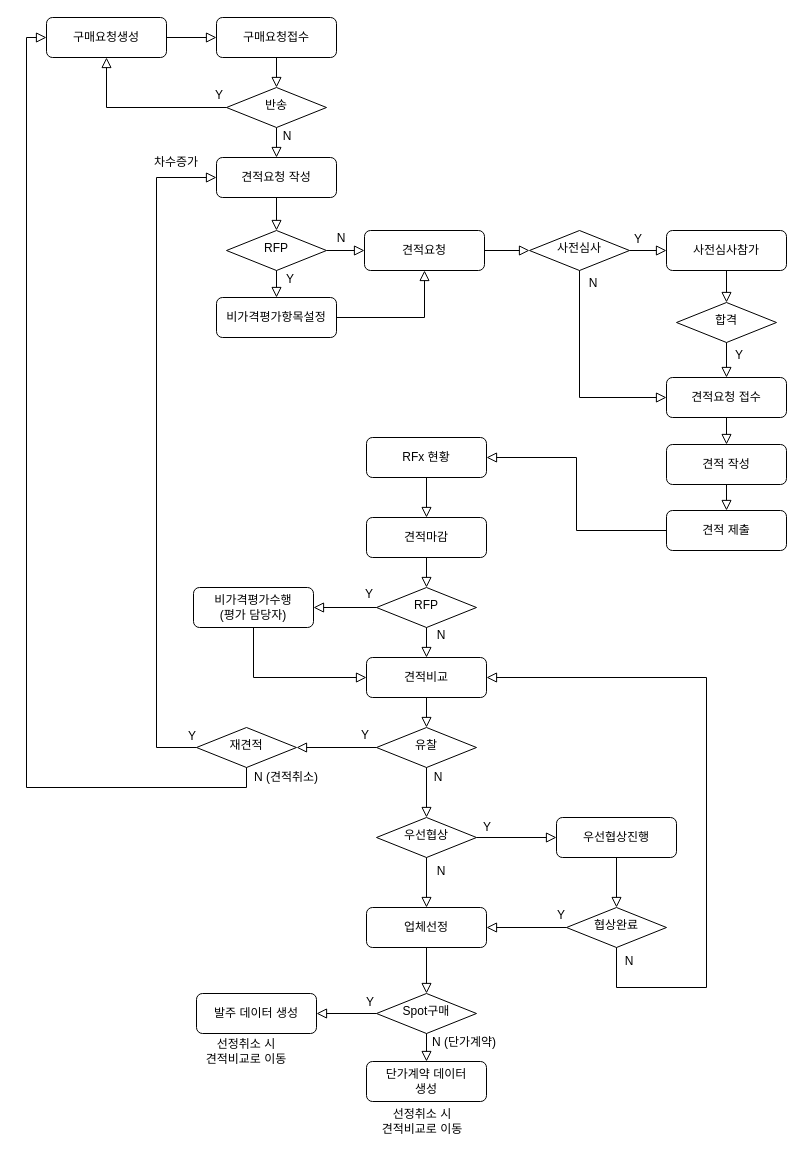
This is RFx.drawio from kisspa-source/draw, a draw.io file, before an edit. Source tidied: cells renumbered, new cells numbered last; positions are measured from the earlier drawing's top-left corner, leaving out a move shared by most shapes. Both pictures are drawn from the tidied source at 100%, with x=0, y=0 at pixel (46, 17).
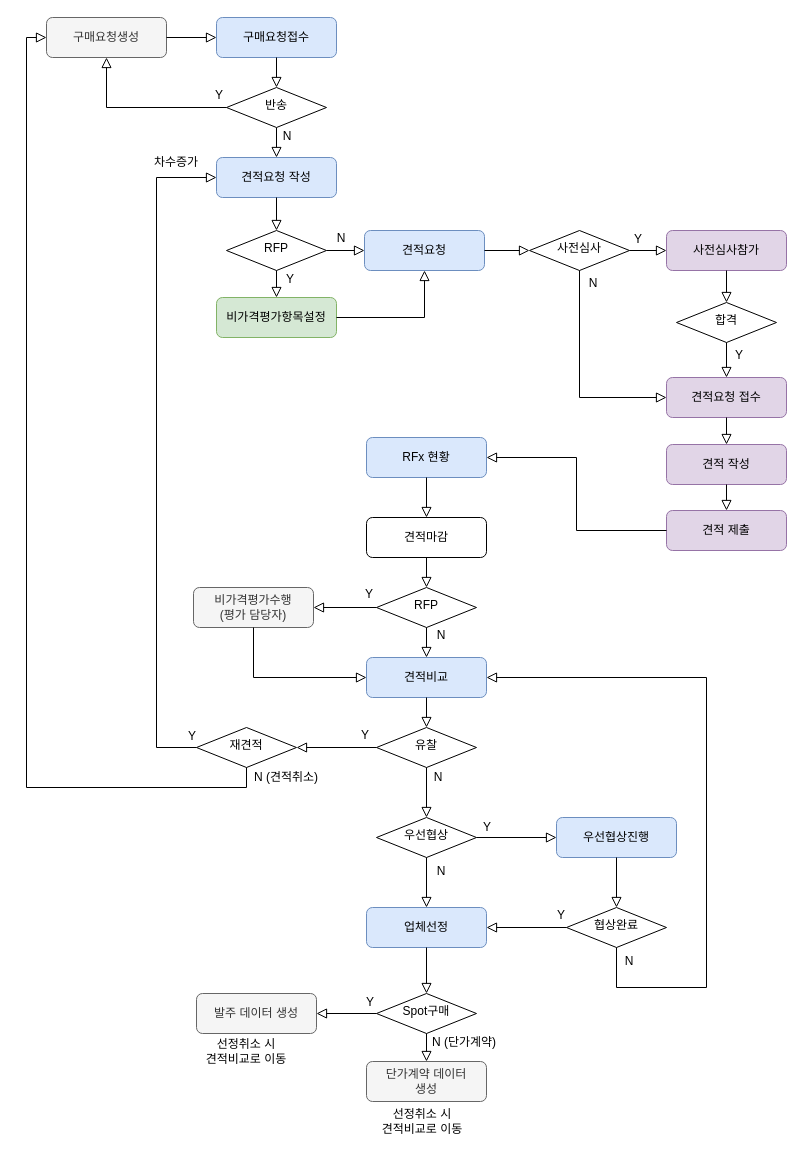
The same diagram, later.

What changed in the source:
```diff
@@
-    <mxCell id="3" value="구매요청생성" style="rounded=1;whiteSpace=wrap;html=1;fontSize=12;glass=0;strokeWidth=1;shadow=0;" parent="1" vertex="1">
+    <mxCell id="3" value="구매요청생성" style="rounded=1;whiteSpace=wrap;html=1;fontSize=12;glass=0;strokeWidth=1;shadow=0;fillColor=#f5f5f5;fontColor=#333333;strokeColor=#666666;" parent="1" vertex="1">
       <mxGeometry width="120" height="40" as="geometry" />
     </mxCell>
-    <mxCell id="4" value="구매요청접수" style="rounded=1;whiteSpace=wrap;html=1;fontSize=12;glass=0;strokeWidth=1;shadow=0;" parent="1" vertex="1">
+    <mxCell id="4" value="구매요청접수" style="rounded=1;whiteSpace=wrap;html=1;fontSize=12;glass=0;strokeWidth=1;shadow=0;fillColor=#dae8fc;strokeColor=#6c8ebf;" parent="1" vertex="1">
       <mxGeometry x="170" width="120" height="40" as="geometry" />
     </mxCell>
@@
-    <mxCell id="8" value="견적요청 작성" style="rounded=1;whiteSpace=wrap;html=1;fontSize=12;glass=0;strokeWidth=1;shadow=0;" parent="1" vertex="1">
+    <mxCell id="8" value="견적요청 작성" style="rounded=1;whiteSpace=wrap;html=1;fontSize=12;glass=0;strokeWidth=1;shadow=0;fillColor=#dae8fc;strokeColor=#6c8ebf;" parent="1" vertex="1">
       <mxGeometry x="170" y="140" width="120" height="40" as="geometry" />
     </mxCell>
@@
-    <mxCell id="13" value="견적요청" style="rounded=1;whiteSpace=wrap;html=1;fontSize=12;glass=0;strokeWidth=1;shadow=0;" parent="1" vertex="1">
+    <mxCell id="13" value="견적요청" style="rounded=1;whiteSpace=wrap;html=1;fontSize=12;glass=0;strokeWidth=1;shadow=0;fillColor=#dae8fc;strokeColor=#6c8ebf;" parent="1" vertex="1">
       <mxGeometry x="318" y="213" width="120" height="40" as="geometry" />
     </mxCell>
@@
-    <mxCell id="15" value="비가격평가항목설정" style="rounded=1;whiteSpace=wrap;html=1;fontSize=12;glass=0;strokeWidth=1;shadow=0;" parent="1" vertex="1">
+    <mxCell id="15" value="비가격평가항목설정" style="rounded=1;whiteSpace=wrap;html=1;fontSize=12;glass=0;strokeWidth=1;shadow=0;fillColor=#d5e8d4;strokeColor=#82b366;" parent="1" vertex="1">
       <mxGeometry x="170" y="280" width="120" height="40" as="geometry" />
     </mxCell>
@@
-    <mxCell id="21" value="견적요청 접수" style="rounded=1;whiteSpace=wrap;html=1;fontSize=12;glass=0;strokeWidth=1;shadow=0;" parent="1" vertex="1">
+    <mxCell id="21" value="견적요청 접수" style="rounded=1;whiteSpace=wrap;html=1;fontSize=12;glass=0;strokeWidth=1;shadow=0;fillColor=#e1d5e7;strokeColor=#9673a6;" parent="1" vertex="1">
       <mxGeometry x="620" y="360" width="120" height="40" as="geometry" />
     </mxCell>
-    <mxCell id="22" value="견적 작성" style="rounded=1;whiteSpace=wrap;html=1;fontSize=12;glass=0;strokeWidth=1;shadow=0;" parent="1" vertex="1">
+    <mxCell id="22" value="견적 작성" style="rounded=1;whiteSpace=wrap;html=1;fontSize=12;glass=0;strokeWidth=1;shadow=0;fillColor=#e1d5e7;strokeColor=#9673a6;" parent="1" vertex="1">
       <mxGeometry x="620" y="427" width="120" height="40" as="geometry" />
     </mxCell>
-    <mxCell id="23" value="견적 제출" style="rounded=1;whiteSpace=wrap;html=1;fontSize=12;glass=0;strokeWidth=1;shadow=0;" parent="1" vertex="1">
+    <mxCell id="23" value="견적 제출" style="rounded=1;whiteSpace=wrap;html=1;fontSize=12;glass=0;strokeWidth=1;shadow=0;fillColor=#e1d5e7;strokeColor=#9673a6;" parent="1" vertex="1">
       <mxGeometry x="620" y="493" width="120" height="40" as="geometry" />
     </mxCell>
-    <mxCell id="24" value="RFx 현황" style="rounded=1;whiteSpace=wrap;html=1;fontSize=12;glass=0;strokeWidth=1;shadow=0;" parent="1" vertex="1">
+    <mxCell id="24" value="RFx 현황" style="rounded=1;whiteSpace=wrap;html=1;fontSize=12;glass=0;strokeWidth=1;shadow=0;fillColor=#dae8fc;strokeColor=#6c8ebf;" parent="1" vertex="1">
       <mxGeometry x="320" y="420" width="120" height="40" as="geometry" />
     </mxCell>
@@
-    <mxCell id="32" value="비가격평가수행&lt;br&gt;(평가 담당자)" style="rounded=1;whiteSpace=wrap;html=1;fontSize=12;glass=0;strokeWidth=1;shadow=0;" parent="1" vertex="1">
+    <mxCell id="32" value="비가격평가수행&lt;br&gt;(평가 담당자)" style="rounded=1;whiteSpace=wrap;html=1;fontSize=12;glass=0;strokeWidth=1;shadow=0;fillColor=#f5f5f5;fontColor=#333333;strokeColor=#666666;" parent="1" vertex="1">
       <mxGeometry x="147" y="570" width="120" height="40" as="geometry" />
     </mxCell>
-    <mxCell id="33" value="견적비교" style="rounded=1;whiteSpace=wrap;html=1;fontSize=12;glass=0;strokeWidth=1;shadow=0;" parent="1" vertex="1">
+    <mxCell id="33" value="견적비교" style="rounded=1;whiteSpace=wrap;html=1;fontSize=12;glass=0;strokeWidth=1;shadow=0;fillColor=#dae8fc;strokeColor=#6c8ebf;" parent="1" vertex="1">
       <mxGeometry x="320" y="640" width="120" height="40" as="geometry" />
     </mxCell>
@@
-    <mxCell id="38" value="업체선정" style="rounded=1;whiteSpace=wrap;html=1;fontSize=12;glass=0;strokeWidth=1;shadow=0;" parent="1" vertex="1">
+    <mxCell id="38" value="업체선정" style="rounded=1;whiteSpace=wrap;html=1;fontSize=12;glass=0;strokeWidth=1;shadow=0;fillColor=#dae8fc;strokeColor=#6c8ebf;" parent="1" vertex="1">
       <mxGeometry x="320" y="890" width="120" height="40" as="geometry" />
     </mxCell>
@@
-    <mxCell id="49" value="단가계약 데이터&lt;br&gt;생성" style="rounded=1;whiteSpace=wrap;html=1;fontSize=12;glass=0;strokeWidth=1;shadow=0;" parent="1" vertex="1">
+    <mxCell id="49" value="단가계약 데이터&lt;br&gt;생성" style="rounded=1;whiteSpace=wrap;html=1;fontSize=12;glass=0;strokeWidth=1;shadow=0;fillColor=#f5f5f5;fontColor=#333333;strokeColor=#666666;" parent="1" vertex="1">
       <mxGeometry x="320" y="1044" width="120" height="40" as="geometry" />
     </mxCell>
@@
-    <mxCell id="52" value="발주 데이터 생성" style="rounded=1;whiteSpace=wrap;html=1;fontSize=12;glass=0;strokeWidth=1;shadow=0;" parent="1" vertex="1">
+    <mxCell id="52" value="발주 데이터 생성" style="rounded=1;whiteSpace=wrap;html=1;fontSize=12;glass=0;strokeWidth=1;shadow=0;fillColor=#f5f5f5;fontColor=#333333;strokeColor=#666666;" parent="1" vertex="1">
       <mxGeometry x="150" y="976" width="120" height="40" as="geometry" />
     </mxCell>
@@
-    <mxCell id="60" value="사전심사참가" style="rounded=1;whiteSpace=wrap;html=1;fontSize=12;glass=0;strokeWidth=1;shadow=0;" parent="1" vertex="1">
+    <mxCell id="60" value="사전심사참가" style="rounded=1;whiteSpace=wrap;html=1;fontSize=12;glass=0;strokeWidth=1;shadow=0;fillColor=#e1d5e7;strokeColor=#9673a6;" parent="1" vertex="1">
       <mxGeometry x="620" y="213" width="120" height="40" as="geometry" />
     </mxCell>
@@
-    <mxCell id="73" value="우선협상진행" style="rounded=1;whiteSpace=wrap;html=1;fontSize=12;glass=0;strokeWidth=1;shadow=0;" parent="1" vertex="1">
+    <mxCell id="73" value="우선협상진행" style="rounded=1;whiteSpace=wrap;html=1;fontSize=12;glass=0;strokeWidth=1;shadow=0;fillColor=#dae8fc;strokeColor=#6c8ebf;" parent="1" vertex="1">
       <mxGeometry x="510" y="800" width="120" height="40" as="geometry" />
     </mxCell>
```
